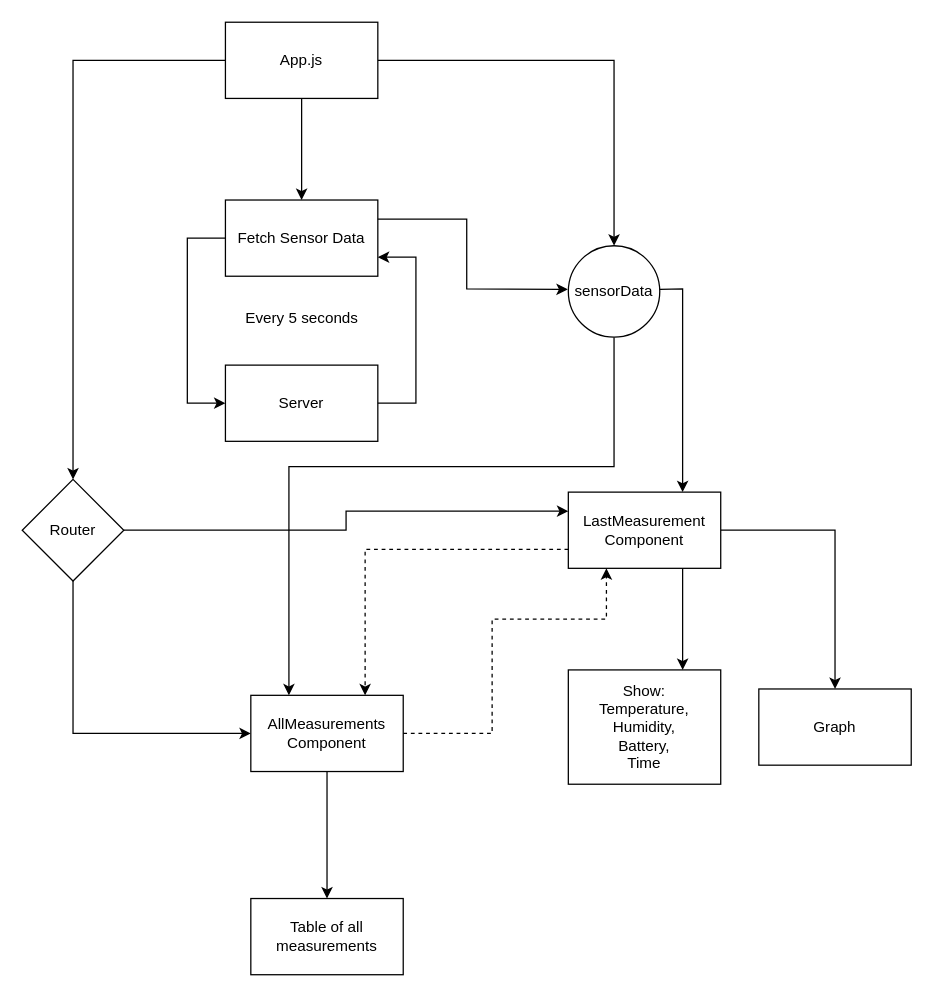
The draw.io diagram webapp_flowchart.drawio in sindregjone/TempAndHumSens, before the edit. Source tidied: cells renumbered, new cells numbered last; positions are measured from the earlier drawing's top-left corner, leaving out a move shared by most shapes. Both pictures are drawn from the tidied source at 127%, with x=0, y=0 at pixel (22, 22).
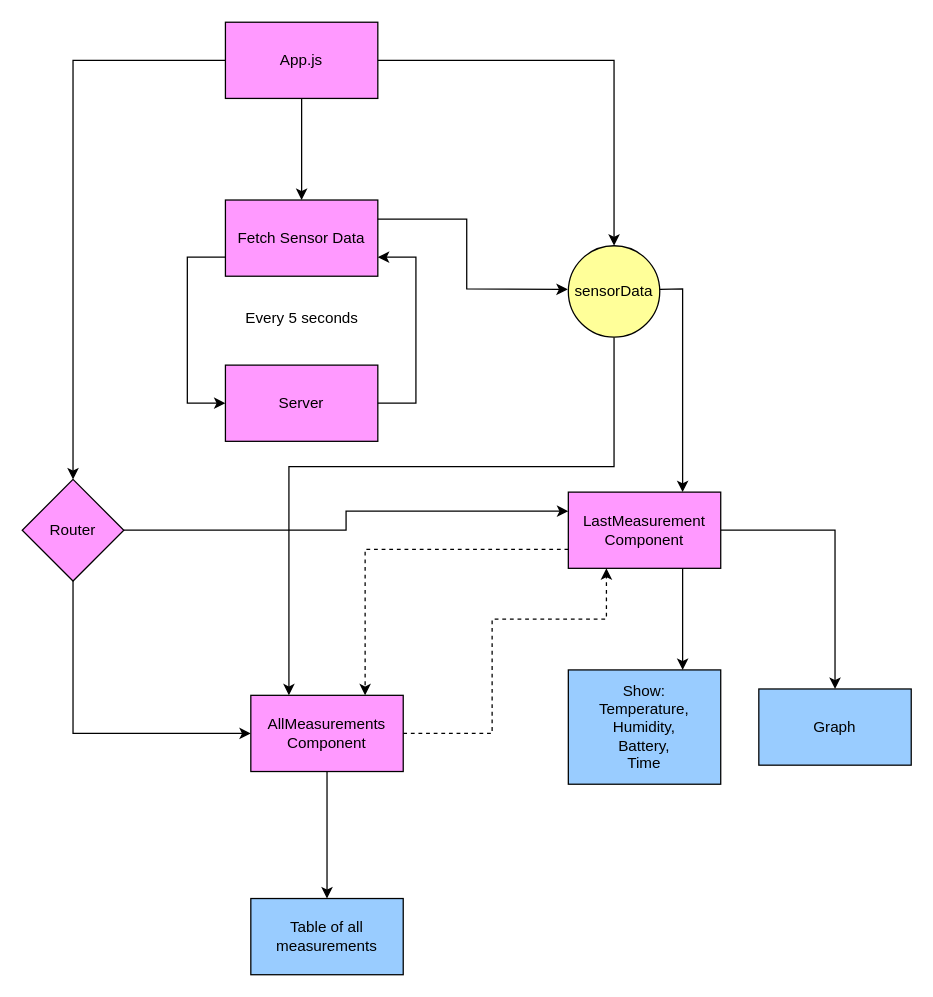
The same page after the edit.

Change to the diagram source:
```diff
@@
-    <mxCell id="5" value="App.js" style="rounded=0;whiteSpace=wrap;html=1;" parent="1" vertex="1">
+    <mxCell id="5" value="App.js" style="rounded=0;whiteSpace=wrap;html=1;fillColor=#FF99FF;" parent="1" vertex="1">
       <mxGeometry x="160" width="120" height="60" as="geometry" />
     </mxCell>
-    <mxCell id="6" value="Fetch Sensor Data" style="whiteSpace=wrap;html=1;rounded=0;" parent="1" vertex="1">
+    <mxCell id="6" value="Fetch Sensor Data" style="whiteSpace=wrap;html=1;rounded=0;fillColor=#FF99FF;" parent="1" vertex="1">
       <mxGeometry x="160" y="140" width="120" height="60" as="geometry" />
     </mxCell>
@@
-    <mxCell id="9" value="Router" style="rhombus;whiteSpace=wrap;html=1;" parent="1" vertex="1">
+    <mxCell id="9" value="Router" style="rhombus;whiteSpace=wrap;html=1;fillColor=#FF99FF;" parent="1" vertex="1">
       <mxGeometry y="360" width="80" height="80" as="geometry" />
     </mxCell>
-    <mxCell id="10" value="Server" style="rounded=0;whiteSpace=wrap;html=1;" parent="1" vertex="1">
+    <mxCell id="10" value="Server" style="rounded=0;whiteSpace=wrap;html=1;fillColor=#FF99FF;" parent="1" vertex="1">
       <mxGeometry x="160" y="270" width="120" height="60" as="geometry" />
     </mxCell>
-    <mxCell id="11" style="endArrow=classic;html=1;rounded=0;exitX=0;exitY=0.5;exitDx=0;exitDy=0;entryX=0;entryY=0.5;entryDx=0;entryDy=0;" parent="1" edge="1" source="6" target="10">
+    <mxCell id="11" style="endArrow=classic;html=1;rounded=0;exitX=0;exitY=0.75;exitDx=0;exitDy=0;entryX=0;entryY=0.5;entryDx=0;entryDy=0;" parent="1" edge="1" source="6" target="10">
       <mxGeometry relative="1" as="geometry">
         <Array as="points">
-          <mxPoint x="130" y="170" />
+          <mxPoint x="130" y="185" />
           <mxPoint x="130" y="300" />
         </Array>
       </mxGeometry>
     </mxCell>
@@
-    <mxCell id="15" value="sensorData" style="ellipse;whiteSpace=wrap;html=1;" parent="1" vertex="1">
+    <mxCell id="15" value="sensorData" style="ellipse;whiteSpace=wrap;html=1;fillColor=#FFFF99;" parent="1" vertex="1">
       <mxGeometry x="430" y="176" width="72" height="72" as="geometry" />
     </mxCell>
@@
-    <mxCell id="18" value="LastMeasurement Component" style="rounded=0;whiteSpace=wrap;html=1;" parent="1" vertex="1">
+    <mxCell id="18" value="LastMeasurement Component" style="rounded=0;whiteSpace=wrap;html=1;fillColor=#FF99FF;" parent="1" vertex="1">
       <mxGeometry x="430" y="370" width="120" height="60" as="geometry" />
     </mxCell>
-    <mxCell id="19" value="Show:&lt;div&gt;Temperature,&lt;/div&gt;&lt;div&gt;Humidity,&lt;/div&gt;&lt;div&gt;Battery,&lt;/div&gt;&lt;div&gt;Time&lt;/div&gt;" style="rounded=0;whiteSpace=wrap;html=1;" parent="1" vertex="1">
+    <mxCell id="19" value="Show:&lt;div&gt;Temperature,&lt;/div&gt;&lt;div&gt;Humidity,&lt;/div&gt;&lt;div&gt;Battery,&lt;/div&gt;&lt;div&gt;Time&lt;/div&gt;" style="rounded=0;whiteSpace=wrap;html=1;fillColor=#99CCFF;" parent="1" vertex="1">
       <mxGeometry x="430" y="510" width="120" height="90" as="geometry" />
     </mxCell>
-    <mxCell id="20" value="Graph" style="rounded=0;whiteSpace=wrap;html=1;" parent="1" vertex="1">
+    <mxCell id="20" value="Graph" style="rounded=0;whiteSpace=wrap;html=1;fillColor=#99CCFF;" parent="1" vertex="1">
       <mxGeometry x="580" y="525" width="120" height="60" as="geometry" />
     </mxCell>
@@
-    <mxCell id="22" value="AllMeasurements Component" style="rounded=0;whiteSpace=wrap;html=1;" parent="1" vertex="1">
+    <mxCell id="22" value="AllMeasurements Component" style="rounded=0;whiteSpace=wrap;html=1;fillColor=#FF99FF;" parent="1" vertex="1">
       <mxGeometry x="180" y="530" width="120" height="60" as="geometry" />
     </mxCell>
-    <mxCell id="23" value="Table of all measurements" style="rounded=0;whiteSpace=wrap;html=1;" parent="1" vertex="1">
+    <mxCell id="23" value="Table of all measurements" style="rounded=0;whiteSpace=wrap;html=1;fillColor=#99CCFF;" parent="1" vertex="1">
       <mxGeometry x="180" y="690" width="120" height="60" as="geometry" />
     </mxCell>
```
